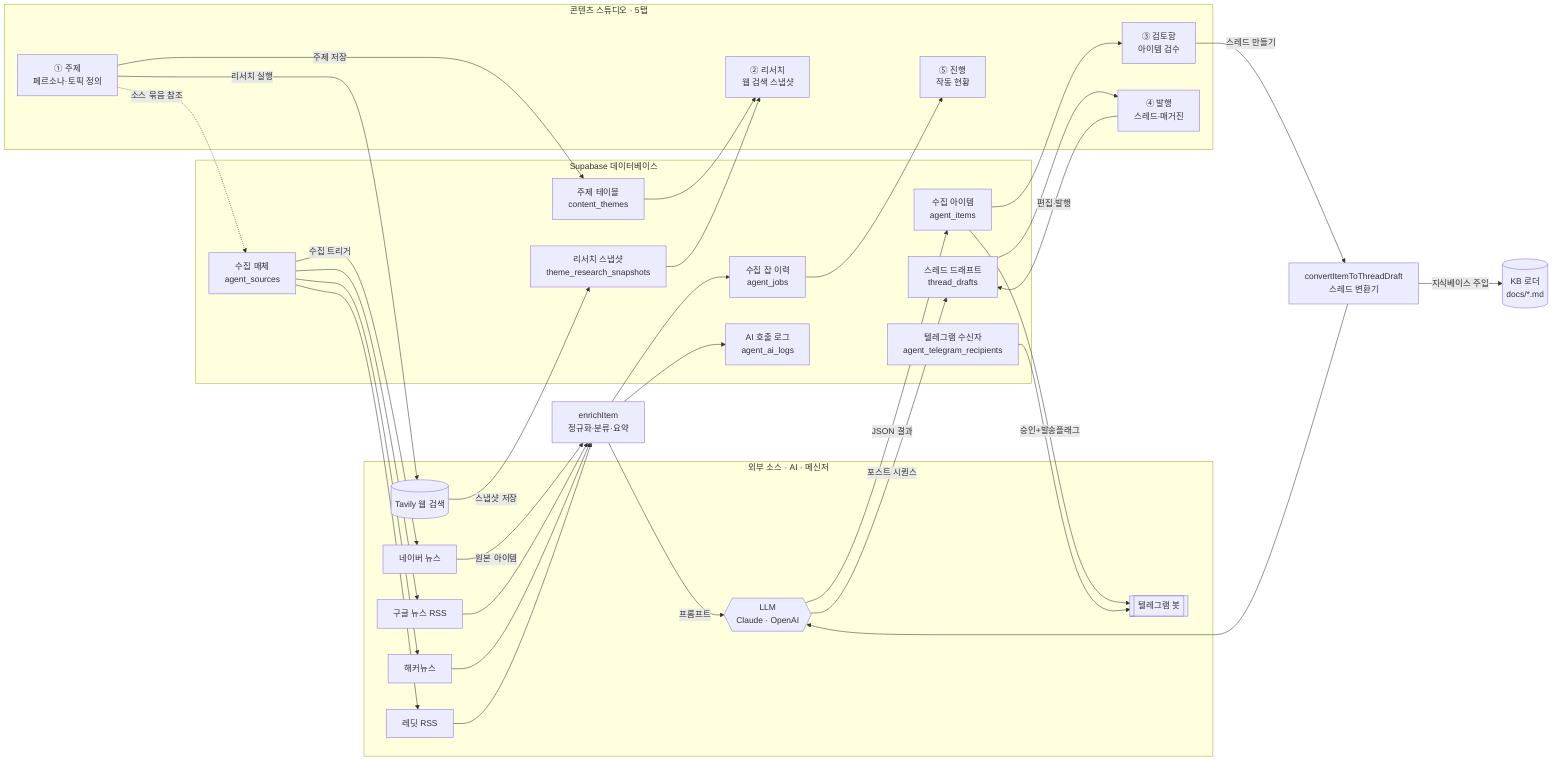
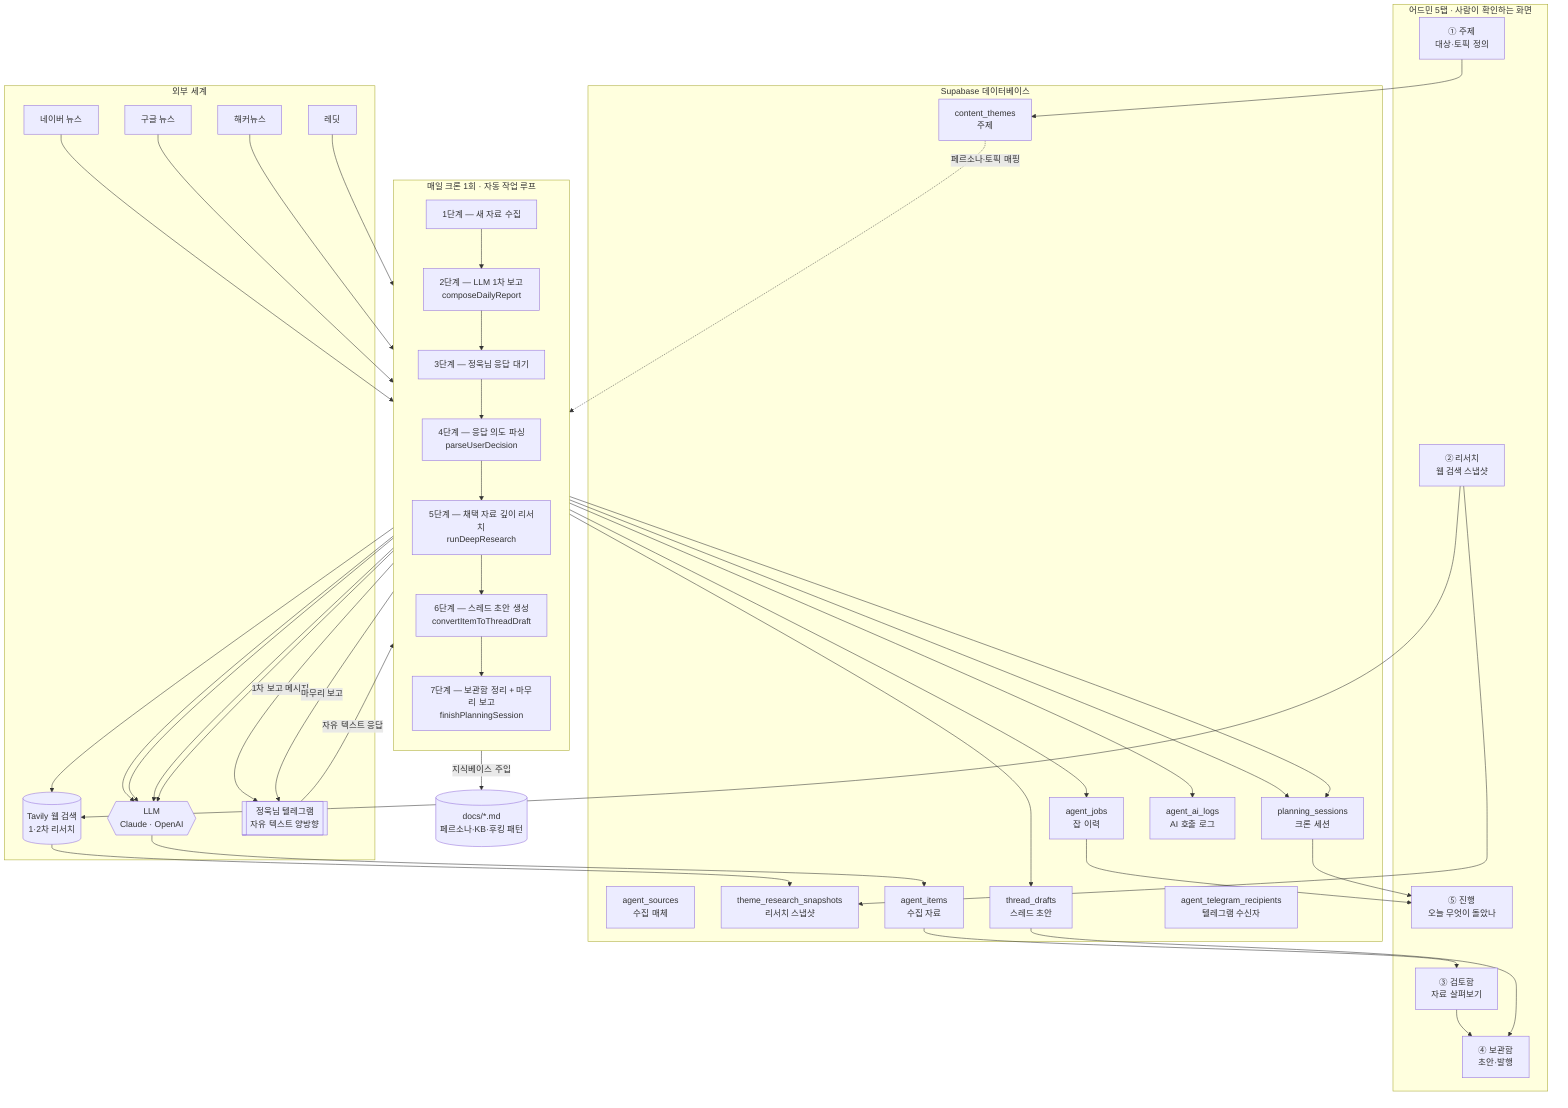
- flowchart LR
-   subgraph EXT[외부 소스 · AI · 메신저]
+ flowchart TB
+   subgraph EXT[외부 세계]
    NAVER[네이버 뉴스]
-     GOOG[구글 뉴스 RSS]
+     GOOG[구글 뉴스]
    HN[해커뉴스]
-     REDDIT[레딧 RSS]
-     TAVILY[(Tavily 웹 검색)]
+     REDDIT[레딧]
+     TAVILY[(Tavily 웹 검색<br/>1·2차 리서치)]
    LLM{{LLM<br/>Claude · OpenAI}}
-     TG[[텔레그램 봇]]
+     TG[[정욱님 텔레그램<br/>자유 텍스트 양방향]]
  end

-   subgraph CS[콘텐츠 스튜디오 · 5탭]
-     T1[① 주제<br/>페르소나·토픽 정의]
+   subgraph CRON[매일 크론 1회 · 자동 작업 루프]
+     direction TB
+     C1[1단계 — 새 자료 수집] --> C2[2단계 — LLM 1차 보고<br/>composeDailyReport]
+     C2 --> C3[3단계 — 정욱님 응답 대기]
+     C3 --> C4[4단계 — 응답 의도 파싱<br/>parseUserDecision]
+     C4 --> C5[5단계 — 채택 자료 깊이 리서치<br/>runDeepResearch]
+     C5 --> C6[6단계 — 스레드 초안 생성<br/>convertItemToThreadDraft]
+     C6 --> C7[7단계 — 보관함 정리 + 마무리 보고<br/>finishPlanningSession]
+   end
+ 
+   subgraph CS[어드민 5탭 · 사람이 확인하는 화면]
+     T1[① 주제<br/>대상·토픽 정의]
    T2[② 리서치<br/>웹 검색 스냅샷]
-     T3[③ 검토함<br/>아이템 검수]
-     T4[④ 발행<br/>스레드·매거진]
-     T5[⑤ 진행<br/>작동 현황]
+     T3[③ 검토함<br/>자료 살펴보기]
+     T4[④ 보관함<br/>초안·발행]
+     T5[⑤ 진행<br/>오늘 무엇이 돌았나]
  end

  subgraph DB[Supabase 데이터베이스]
-     DBT[주제 테이블<br/>content_themes]
-     DBS[리서치 스냅샷<br/>theme_research_snapshots]
-     DBJ[수집 잡 이력<br/>agent_jobs]
-     DBI[수집 아이템<br/>agent_items]
-     DBD[스레드 드래프트<br/>thread_drafts]
-     DBR[텔레그램 수신자<br/>agent_telegram_recipients]
-     DBL[AI 호출 로그<br/>agent_ai_logs]
-     DBSRC[수집 매체<br/>agent_sources]
+     DBT[content_themes<br/>주제]
+     DBSRC[agent_sources<br/>수집 매체]
+     DBS[theme_research_snapshots<br/>리서치 스냅샷]
+     DBJ[agent_jobs<br/>잡 이력]
+     DBI[agent_items<br/>수집 자료]
+     DBP[planning_sessions<br/>크론 세션]
+     DBD[thread_drafts<br/>스레드 초안]
+     DBR[agent_telegram_recipients<br/>텔레그램 수신자]
+     DBL[agent_ai_logs<br/>AI 호출 로그]
  end

-   T1 -->|주제 저장| DBT
-   T1 -->|리서치 실행| TAVILY
-   TAVILY -->|스냅샷 저장| DBS
-   DBT --> T2
-   DBS --> T2
+   NAVER --> C1
+   GOOG --> C1
+   HN --> C1
+   REDDIT --> C1
+   C1 --> LLM
+   LLM --> DBI
+   C1 --> DBJ
+   C1 --> DBL
+   DBT -.->|페르소나·토픽 매핑| C1

-   T1 -.->|소스 묶음 참조| DBSRC
-   DBSRC -->|수집 트리거| NAVER
-   DBSRC --> GOOG
-   DBSRC --> HN
-   DBSRC --> REDDIT
-   NAVER -->|원본 아이템| ENR[enrichItem<br/>정규화·분류·요약]
-   GOOG --> ENR
-   HN --> ENR
-   REDDIT --> ENR
-   ENR -->|프롬프트| LLM
-   LLM -->|JSON 결과| DBI
-   ENR --> DBJ
+   C2 --> LLM
+   C2 --> DBP
+   C2 -->|1차 보고 메시지| TG
+   TG -->|자유 텍스트 응답| C4
+   C4 --> LLM
+   C5 --> TAVILY
+   C6 --> LLM
+   C6 -->|지식베이스 주입| KB[(docs/*.md<br/>페르소나·KB·후킹 패턴)]
+   C6 --> DBD
+   C7 -->|마무리 보고| TG
+   C7 --> DBP
+ 
+   T1 --> DBT
+   T2 --> TAVILY
+   TAVILY --> DBS
+   T2 --> DBS
+   DBI --> T3
+   T3 --> T4
+   DBD --> T4
  DBJ --> T5
-   ENR --> DBL
- 
-   DBI --> T3
-   T3 -->|스레드 만들기| CONV[convertItemToThreadDraft<br/>스레드 변환기]
-   CONV -->|지식베이스 주입| KB[(KB 로더<br/>docs/*.md)]
-   CONV --> LLM
-   LLM -->|포스트 시퀀스| DBD
-   DBI -->|승인+발송플래그| TG
-   DBR --> TG
- 
-   DBD --> T4
-   T4 -->|편집·발행| DBD
+   DBP --> T5
